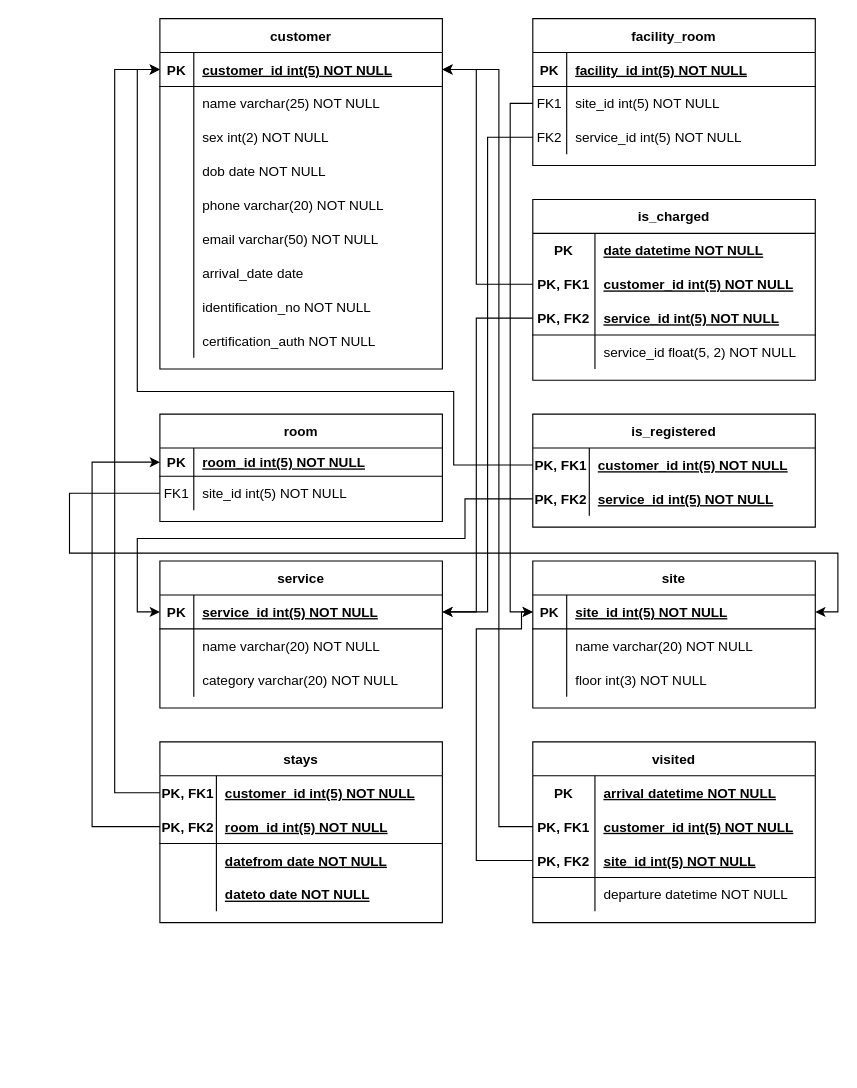
The draw.io diagram db_relational.drawio in nickastrin/Databases-Project, before the edit. Source tidied: cells renumbered, new cells numbered last; positions are measured from the earlier drawing's top-left corner, leaving out a move shared by most shapes. Both pictures are drawn from the tidied source at 113%, with x=0, y=0 at pixel (69, 18).
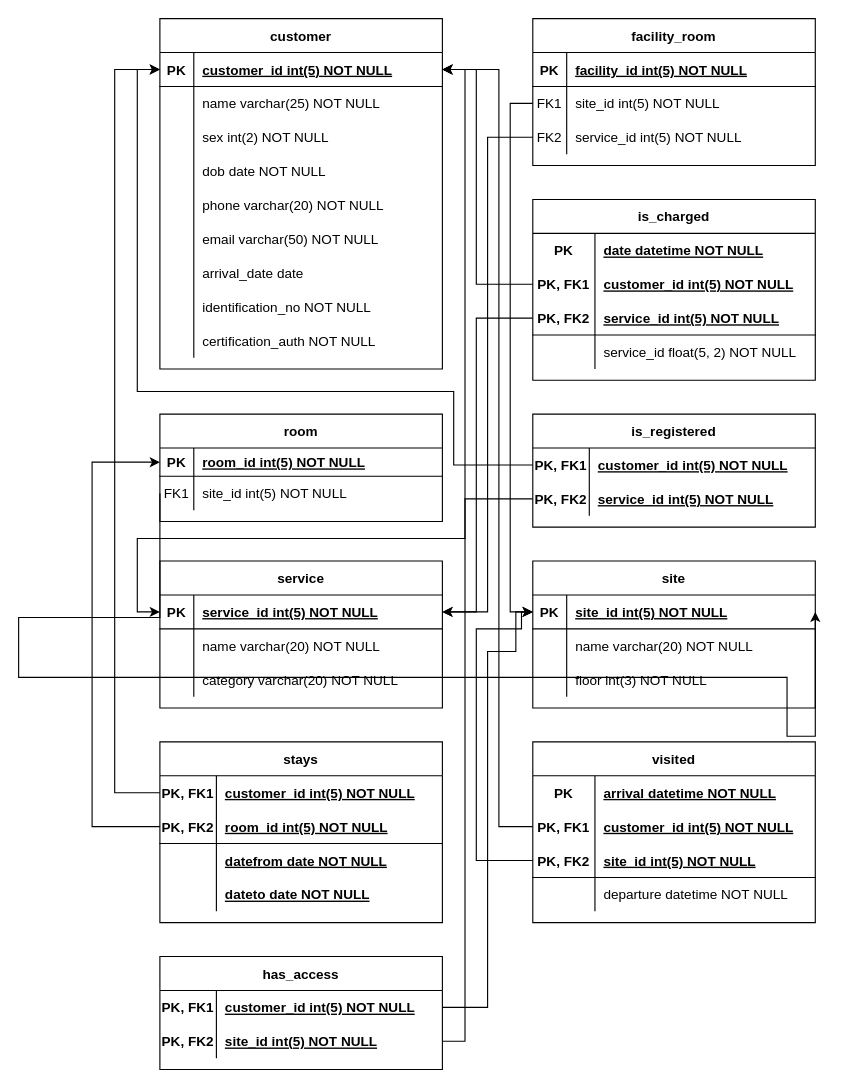
The same diagram, later.

The change refers to these unchanged cells:
```xml
<mxCell id="13" style="shape=partialRectangle;fillColor=none;points=[[0,0.5],[1,0.5]];portConstraint=eastwest;top=0;left=0;right=0;bottom=1;" parent="12" vertex="1">
  <mxGeometry y="30" width="250" height="30" as="geometry" />
</mxCell>
<mxCell id="64" style="shape=partialRectangle;fillColor=none;points=[[0,0.5],[1,0.5]];portConstraint=eastwest;top=0;left=0;right=0;bottom=0;" parent="60" vertex="1">
  <mxGeometry y="55" width="250" height="30" as="geometry" />
</mxCell>
<mxCell id="78" style="shape=partialRectangle;fillColor=none;points=[[0,0.5],[1,0.5]];portConstraint=eastwest;top=0;left=0;right=0;bottom=1;" parent="77" vertex="1">
  <mxGeometry y="30" width="250" height="30" as="geometry" />
</mxCell>
```

Diff of the diagram source:
```diff
@@
     <mxCell id="119" style="edgeStyle=orthogonalEdgeStyle;rounded=0;jettySize=auto;html=1;exitX=0;exitY=0.5;exitDx=0;exitDy=0;entryX=1;entryY=0.5;entryDx=0;entryDy=0;" parent="1" edge="1" source="64" target="78">
       <mxGeometry relative="1" as="geometry">
         <Array as="points">
-          <mxPoint y="420" />
-          <mxPoint y="473" />
-          <mxPoint x="680" y="473" />
-          <mxPoint x="680" y="525" />
+          <mxPoint x="-45" y="530" />
+          <mxPoint x="-45" y="583" />
+          <mxPoint x="635" y="583" />
+          <mxPoint x="635" y="635" />
         </Array>
       </mxGeometry>
     </mxCell>
@@
+    <mxCell id="124" value="has_access" style="shape=table;startSize=30;childLayout=tableLayout;rowLines=0;fontStyle=1;align=center;" parent="1" vertex="1">
+      <mxGeometry x="80" y="830" width="250" height="100" as="geometry" />
+    </mxCell>
+    <mxCell id="125" style="shape=partialRectangle;fillColor=none;points=[[0,0.5],[1,0.5]];portConstraint=eastwest;top=0;left=0;right=0;bottom=0;" parent="124" vertex="1">
+      <mxGeometry y="30" width="250" height="30" as="geometry" />
+    </mxCell>
+    <mxCell id="126" value="PK, FK1" style="shape=partialRectangle;overflow=hidden;fillColor=none;top=0;left=0;bottom=0;right=0;fontStyle=1;" parent="125" vertex="1">
+      <mxGeometry width="50" height="30" as="geometry" />
+    </mxCell>
+    <mxCell id="127" value="customer_id int(5) NOT NULL " style="shape=partialRectangle;overflow=hidden;fillColor=none;top=0;left=0;bottom=0;right=0;align=left;spacingLeft=6;fontStyle=5;" parent="125" vertex="1">
+      <mxGeometry x="50" width="200" height="30" as="geometry" />
+    </mxCell>
+    <mxCell id="128" style="shape=partialRectangle;fillColor=none;points=[[0,0.5],[1,0.5]];portConstraint=eastwest;top=0;left=0;right=0;bottom=0;" parent="124" vertex="1">
+      <mxGeometry y="60" width="250" height="30" as="geometry" />
+    </mxCell>
+    <mxCell id="129" value="PK, FK2" style="shape=partialRectangle;overflow=hidden;fillColor=none;top=0;left=0;bottom=0;right=0;fontStyle=1;" parent="128" vertex="1">
+      <mxGeometry width="50" height="30" as="geometry" />
+    </mxCell>
+    <mxCell id="130" value="site_id int(5) NOT NULL " style="shape=partialRectangle;overflow=hidden;fillColor=none;top=0;left=0;bottom=0;right=0;align=left;spacingLeft=6;fontStyle=5;" parent="128" vertex="1">
+      <mxGeometry x="50" width="200" height="30" as="geometry" />
+    </mxCell>
+    <mxCell id="131" style="edgeStyle=orthogonalEdgeStyle;rounded=0;jettySize=auto;html=1;exitX=1;exitY=0.5;exitDx=0;exitDy=0;entryX=0;entryY=0.5;entryDx=0;entryDy=0;" parent="1" edge="1" source="125" target="78">
+      <mxGeometry relative="1" as="geometry">
+        <Array as="points">
+          <mxPoint x="370" y="875" />
+          <mxPoint x="370" y="560" />
+          <mxPoint x="395" y="560" />
+          <mxPoint x="395" y="525" />
+        </Array>
+      </mxGeometry>
+    </mxCell>
+    <mxCell id="132" style="edgeStyle=orthogonalEdgeStyle;rounded=0;jettySize=auto;html=1;exitX=1;exitY=0.5;exitDx=0;exitDy=0;entryX=1;entryY=0.5;entryDx=0;entryDy=0;" parent="1" edge="1" source="128" target="13">
+      <mxGeometry relative="1" as="geometry" />
+    </mxCell>
```
